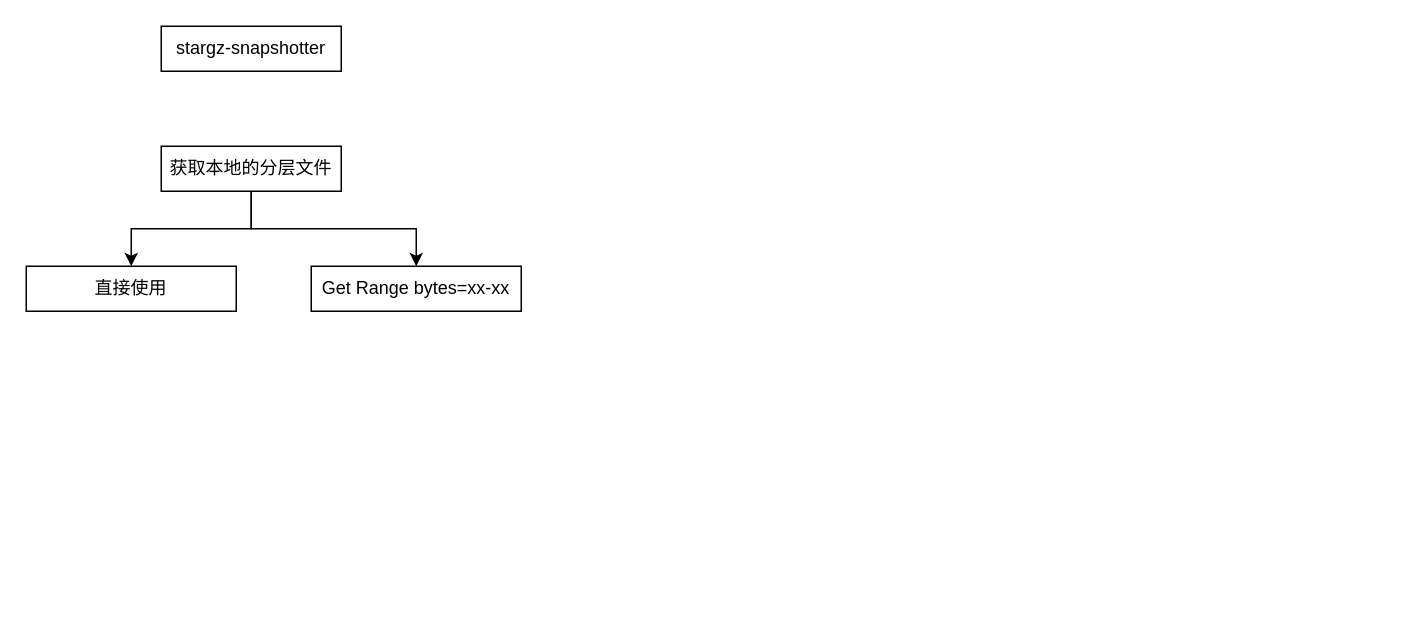
Above: drawio/99temp.drawio in lclgo/draw (draw.io), before the change. Source tidied: cells renumbered, new cells numbered last; positions are measured from the earlier drawing's top-left corner, leaving out a move shared by most shapes. Both pictures are drawn from the tidied source at 150%, with x=0, y=0 at pixel (26, 26).
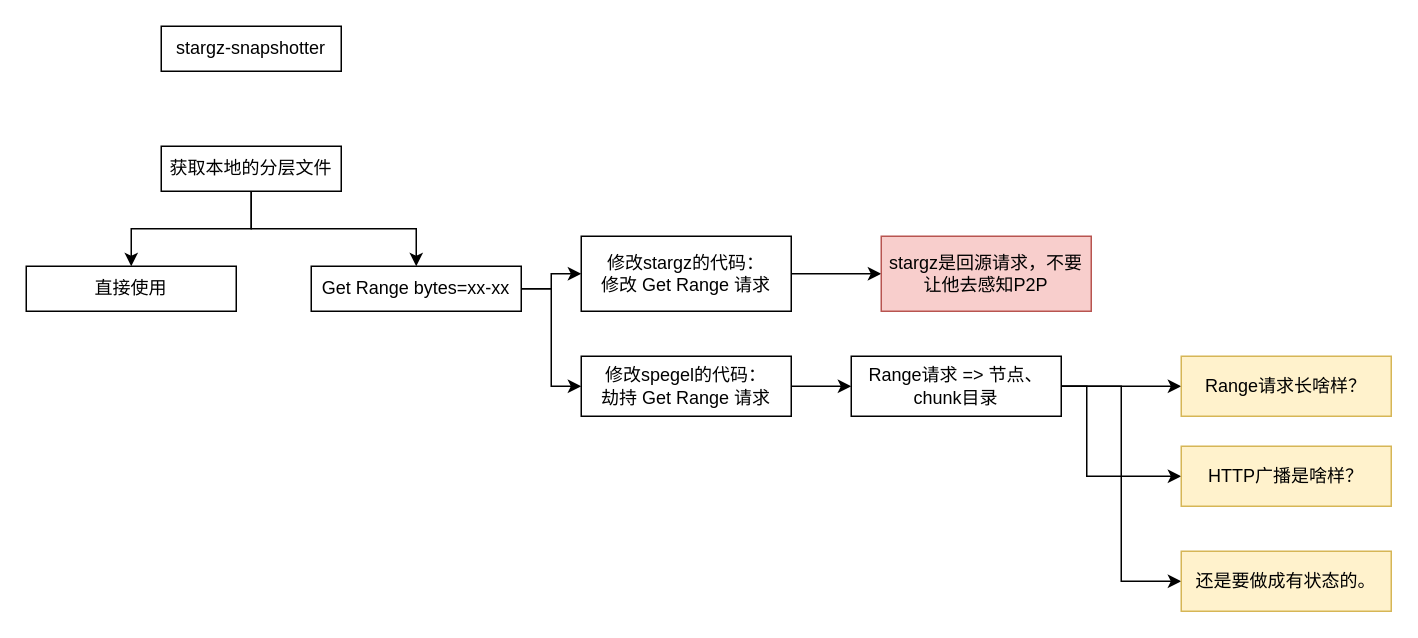
After the change.

The change refers to these unchanged cells:
```xml
<mxCell id="6" value="Get Range bytes=xx-xx" style="rounded=0;whiteSpace=wrap;html=1;" parent="1" vertex="1">
  <mxGeometry x="190" y="160" width="140" height="30" as="geometry" />
</mxCell>
```

What changed in the source:
```diff
@@
+    <mxCell id="8" style="edgeStyle=orthogonalEdgeStyle;rounded=0;jettySize=auto;html=1;exitX=1;exitY=0.5;exitDx=0;exitDy=0;entryX=0;entryY=0.5;entryDx=0;entryDy=0;" parent="1" edge="1" source="6" target="11">
+      <mxGeometry relative="1" as="geometry" />
+    </mxCell>
+    <mxCell id="9" style="edgeStyle=orthogonalEdgeStyle;rounded=0;jettySize=auto;html=1;exitX=1;exitY=0.5;exitDx=0;exitDy=0;entryX=0;entryY=0.5;entryDx=0;entryDy=0;" parent="1" edge="1" source="6" target="13">
+      <mxGeometry relative="1" as="geometry" />
+    </mxCell>
@@
+    <mxCell id="10" style="edgeStyle=orthogonalEdgeStyle;rounded=0;jettySize=auto;html=1;" parent="1" edge="1" source="11" target="20">
+      <mxGeometry relative="1" as="geometry" />
+    </mxCell>
+    <mxCell id="11" value="修改stargz的代码：&lt;br&gt;修改 Get Range 请求" style="rounded=0;whiteSpace=wrap;html=1;" parent="1" vertex="1">
+      <mxGeometry x="370" y="140" width="140" height="50" as="geometry" />
+    </mxCell>
+    <mxCell id="12" style="edgeStyle=orthogonalEdgeStyle;rounded=0;jettySize=auto;html=1;exitX=1;exitY=0.5;exitDx=0;exitDy=0;entryX=0;entryY=0.5;entryDx=0;entryDy=0;" parent="1" edge="1" source="13" target="17">
+      <mxGeometry relative="1" as="geometry" />
+    </mxCell>
+    <mxCell id="13" value="修改spegel的代码：&lt;br&gt;劫持 Get Range 请求" style="rounded=0;whiteSpace=wrap;html=1;" parent="1" vertex="1">
+      <mxGeometry x="370" y="220" width="140" height="40" as="geometry" />
+    </mxCell>
+    <mxCell id="14" style="edgeStyle=orthogonalEdgeStyle;rounded=0;jettySize=auto;html=1;" parent="1" edge="1" source="17" target="18">
+      <mxGeometry relative="1" as="geometry" />
+    </mxCell>
+    <mxCell id="15" style="edgeStyle=orthogonalEdgeStyle;rounded=0;jettySize=auto;html=1;exitX=1;exitY=0.5;exitDx=0;exitDy=0;entryX=0;entryY=0.5;entryDx=0;entryDy=0;" parent="1" edge="1" source="17" target="19">
+      <mxGeometry relative="1" as="geometry">
+        <Array as="points">
+          <mxPoint x="707" y="240" />
+          <mxPoint x="707" y="300" />
+        </Array>
+      </mxGeometry>
+    </mxCell>
+    <mxCell id="16" style="edgeStyle=orthogonalEdgeStyle;rounded=0;jettySize=auto;html=1;exitX=1;exitY=0.5;exitDx=0;exitDy=0;entryX=0;entryY=0.5;entryDx=0;entryDy=0;" parent="1" edge="1" source="17" target="21">
+      <mxGeometry relative="1" as="geometry" />
+    </mxCell>
+    <mxCell id="17" value="Range请求 =&amp;gt; 节点、chunk目录" style="rounded=0;whiteSpace=wrap;html=1;" parent="1" vertex="1">
+      <mxGeometry x="550" y="220" width="140" height="40" as="geometry" />
+    </mxCell>
+    <mxCell id="18" value="Range请求长啥样？" style="rounded=0;whiteSpace=wrap;html=1;fillColor=#fff2cc;strokeColor=#d6b656;" parent="1" vertex="1">
+      <mxGeometry x="770" y="220" width="140" height="40" as="geometry" />
+    </mxCell>
+    <mxCell id="19" value="HTTP广播是啥样？" style="rounded=0;whiteSpace=wrap;html=1;fillColor=#fff2cc;strokeColor=#d6b656;" parent="1" vertex="1">
+      <mxGeometry x="770" y="280" width="140" height="40" as="geometry" />
+    </mxCell>
+    <mxCell id="20" value="stargz是回源请求，不要让他去感知P2P" style="rounded=0;whiteSpace=wrap;html=1;fillColor=#f8cecc;strokeColor=#b85450;" parent="1" vertex="1">
+      <mxGeometry x="570" y="140" width="140" height="50" as="geometry" />
+    </mxCell>
+    <mxCell id="21" value="还是要做成有状态的。" style="rounded=0;whiteSpace=wrap;html=1;fillColor=#fff2cc;strokeColor=#d6b656;" parent="1" vertex="1">
+      <mxGeometry x="770" y="350" width="140" height="40" as="geometry" />
+    </mxCell>
```
